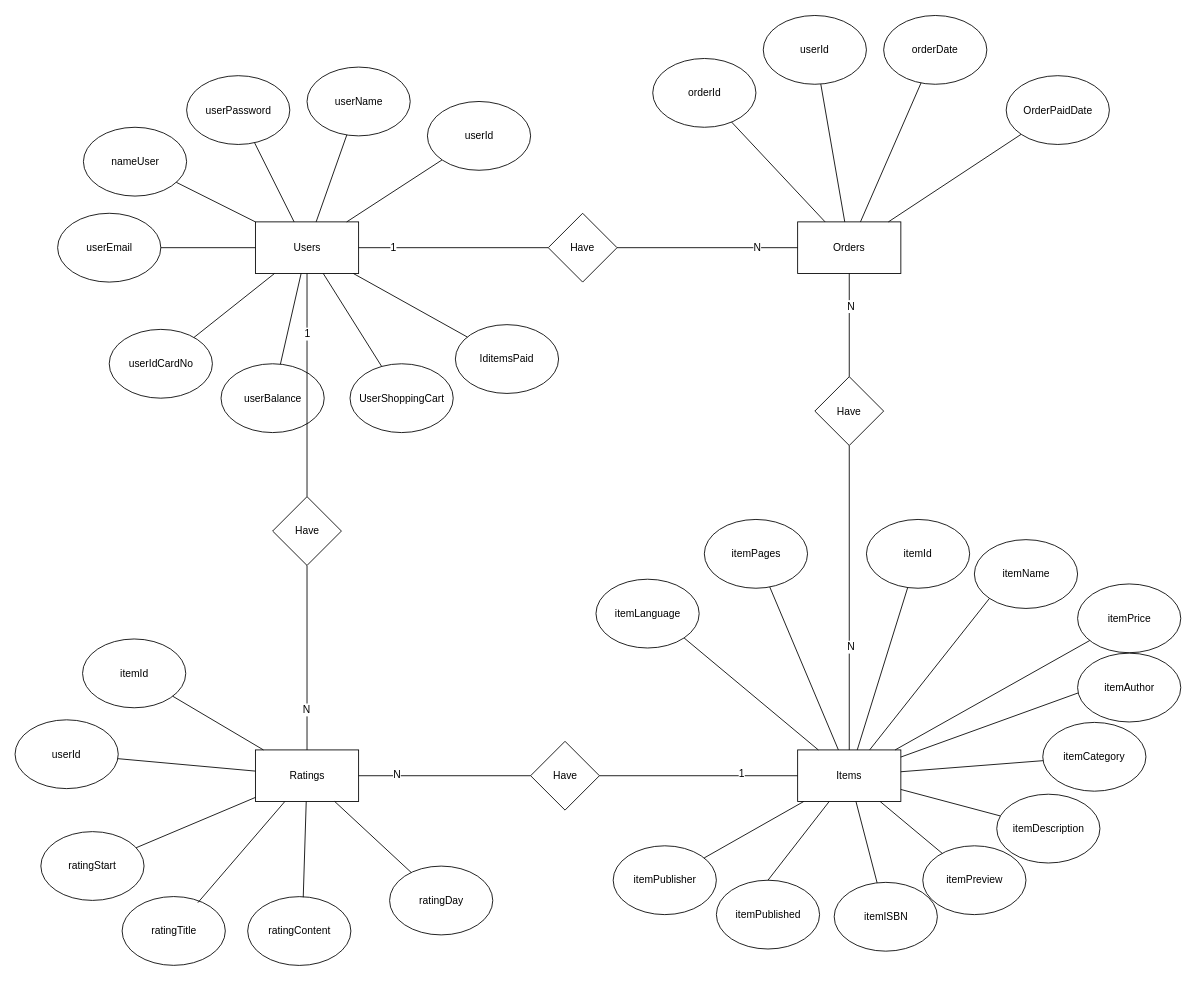
Earlier version of the draw.io diagram Documents/erd/erd.drawio (tung120320/E-Book-Order-G02). Source tidied: cells renumbered, new cells numbered last; positions are measured from the earlier drawing's top-left corner, leaving out a move shared by most shapes. Both pictures are drawn from the tidied source at 86%, with x=0, y=0 at pixel (15, 15).
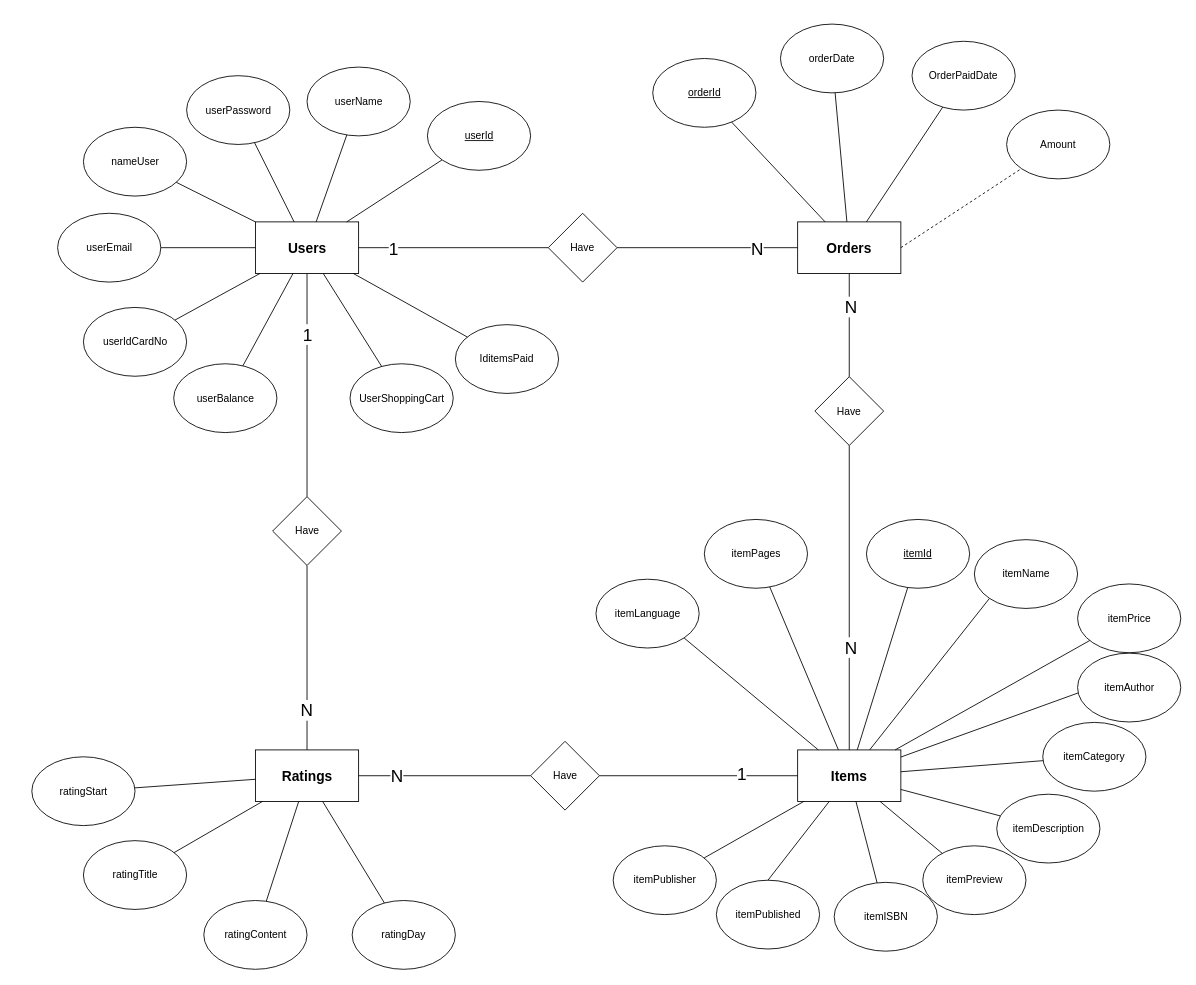
The same page after the edit.

Unchanged cells that the change refers to:
```xml
<mxCell id="22" style="endArrow=none;html=1;" parent="1" edge="1" source="24" target="13">
  <mxGeometry relative="1" as="geometry" />
</mxCell>
<mxCell id="25" style="endArrow=none;html=1;entryX=1;entryY=0.5;entryDx=0;entryDy=0;exitX=0;exitY=0.5;exitDx=0;exitDy=0;" parent="1" edge="1" source="18" target="24">
  <mxGeometry relative="1" as="geometry" />
</mxCell>
<mxCell id="45" style="endArrow=none;html=1;" parent="1" edge="1" source="44" target="18">
  <mxGeometry relative="1" as="geometry" />
</mxCell>
<mxCell id="47" style="endArrow=none;html=1;exitX=0.5;exitY=0;exitDx=0;exitDy=0;" parent="1" edge="1" source="2" target="44">
  <mxGeometry relative="1" as="geometry" />
</mxCell>
<mxCell id="73" style="endArrow=none;html=1;exitX=0;exitY=0.5;exitDx=0;exitDy=0;" parent="1" edge="1" source="75" target="62">
  <mxGeometry relative="1" as="geometry" />
</mxCell>
<mxCell id="78" style="endArrow=none;html=1;exitX=1;exitY=0.5;exitDx=0;exitDy=0;entryX=0;entryY=0.5;entryDx=0;entryDy=0;" parent="1" edge="1" source="75" target="2">
  <mxGeometry relative="1" as="geometry" />
</mxCell>
<mxCell id="83" style="endArrow=none;html=1;exitX=0.5;exitY=1;exitDx=0;exitDy=0;entryX=0.5;entryY=0;entryDx=0;entryDy=0;" parent="1" edge="1" source="85" target="62">
  <mxGeometry relative="1" as="geometry" />
</mxCell>
<mxCell id="86" style="endArrow=none;html=1;" parent="1" edge="1" source="85" target="13">
  <mxGeometry relative="1" as="geometry" />
</mxCell>
```

Change to the diagram source:
```diff
@@
-    <mxCell id="2" value="Items" style="rounded=0;whiteSpace=wrap;html=1;" parent="1" vertex="1">
+    <mxCell id="2" value="&lt;font style=&quot;font-size: 16px&quot;&gt;&lt;b&gt;Items&lt;/b&gt;&lt;/font&gt;" style="rounded=0;whiteSpace=wrap;html=1;" parent="1" vertex="1">
       <mxGeometry x="910" y="854.5" width="120" height="60" as="geometry" />
     </mxCell>
@@
-    <mxCell id="13" value="Users" style="rounded=0;whiteSpace=wrap;html=1;" parent="1" vertex="1">
+    <mxCell id="13" value="&lt;b&gt;&lt;font style=&quot;font-size: 16px&quot;&gt;Users&lt;/font&gt;&lt;/b&gt;" style="rounded=0;whiteSpace=wrap;html=1;" parent="1" vertex="1">
       <mxGeometry x="279.5" y="240.5" width="120" height="60" as="geometry" />
     </mxCell>
@@
-    <mxCell id="16" value="userId" style="ellipse;whiteSpace=wrap;html=1;" parent="1" vertex="1">
+    <mxCell id="16" value="&lt;u&gt;userId&lt;/u&gt;" style="ellipse;whiteSpace=wrap;html=1;" parent="1" vertex="1">
       <mxGeometry x="479.5" y="100.5" width="120" height="80" as="geometry" />
     </mxCell>
@@
-    <mxCell id="18" value="Orders" style="rounded=0;whiteSpace=wrap;html=1;" parent="1" vertex="1">
+    <mxCell id="18" value="&lt;font style=&quot;font-size: 16px&quot;&gt;&lt;b&gt;Orders&lt;/b&gt;&lt;/font&gt;" style="rounded=0;whiteSpace=wrap;html=1;" parent="1" vertex="1">
       <mxGeometry x="910" y="240.5" width="120" height="60" as="geometry" />
     </mxCell>
     <mxCell id="19" value="orderDate" style="ellipse;whiteSpace=wrap;html=1;" parent="1" vertex="1">
-      <mxGeometry x="1010" y="0.5" width="120" height="80" as="geometry" />
+      <mxGeometry x="890" y="10.5" width="120" height="80" as="geometry" />
     </mxCell>
-    <mxCell id="20" value="orderId" style="ellipse;whiteSpace=wrap;html=1;" parent="1" vertex="1">
+    <mxCell id="20" value="&lt;u&gt;orderId&lt;/u&gt;" style="ellipse;whiteSpace=wrap;html=1;" parent="1" vertex="1">
       <mxGeometry x="741.5" y="50.5" width="120" height="80" as="geometry" />
     </mxCell>
-    <mxCell id="21" value="itemId" style="ellipse;whiteSpace=wrap;html=1;" parent="1" vertex="1">
+    <mxCell id="21" value="&lt;u&gt;itemId&lt;/u&gt;" style="ellipse;whiteSpace=wrap;html=1;" parent="1" vertex="1">
       <mxGeometry x="990" y="586.5" width="120" height="80" as="geometry" />
     </mxCell>
@@
-    <mxCell id="23" value="1" style="text;html=1;align=center;verticalAlign=middle;labelBackgroundColor=#ffffff;" parent="22" vertex="1">
+    <mxCell id="23" value="&lt;font style=&quot;font-size: 20px&quot;&gt;1&lt;/font&gt;" style="text;html=1;align=center;verticalAlign=middle;labelBackgroundColor=#ffffff;" parent="22" vertex="1">
       <mxGeometry x="0.53" y="6" relative="1" as="geometry">
         <mxPoint x="-12" y="-6" as="offset" />
       </mxGeometry>
     </mxCell>
@@
-    <mxCell id="26" value="N" style="text;html=1;align=center;verticalAlign=middle;labelBackgroundColor=#ffffff;" parent="25" vertex="1">
+    <mxCell id="26" value="&lt;font style=&quot;font-size: 20px&quot;&gt;N&lt;/font&gt;" style="text;html=1;align=center;verticalAlign=middle;labelBackgroundColor=#ffffff;" parent="25" vertex="1">
       <mxGeometry x="-0.54" relative="1" as="geometry" />
     </mxCell>
@@
-    <mxCell id="46" value="N" style="text;html=1;align=center;verticalAlign=middle;labelBackgroundColor=#ffffff;" parent="45" vertex="1">
+    <mxCell id="46" value="&lt;font style=&quot;font-size: 20px&quot;&gt;N&lt;/font&gt;" style="text;html=1;align=center;verticalAlign=middle;labelBackgroundColor=#ffffff;" parent="45" vertex="1">
       <mxGeometry x="0.37" y="-1" relative="1" as="geometry" />
     </mxCell>
@@
-    <mxCell id="48" value="N" style="text;html=1;align=center;verticalAlign=middle;labelBackgroundColor=#ffffff;" parent="47" vertex="1">
+    <mxCell id="48" value="&lt;font style=&quot;font-size: 20px&quot;&gt;N&lt;/font&gt;" style="text;html=1;align=center;verticalAlign=middle;labelBackgroundColor=#ffffff;" parent="47" vertex="1">
       <mxGeometry x="-0.32" y="-1" relative="1" as="geometry" />
     </mxCell>
     <mxCell id="49" value="OrderPaidDate" style="ellipse;whiteSpace=wrap;html=1;" parent="1" vertex="1">
-      <mxGeometry x="1152.5" y="70.5" width="120" height="80" as="geometry" />
+      <mxGeometry x="1043" y="30.5" width="120" height="80" as="geometry" />
     </mxCell>
@@
     <mxCell id="56" value="userBalance" style="ellipse;whiteSpace=wrap;html=1;" parent="1" vertex="1">
-      <mxGeometry x="239.5" y="405.5" width="120" height="80" as="geometry" />
+      <mxGeometry x="184.5" y="405.5" width="120" height="80" as="geometry" />
     </mxCell>
@@
     <mxCell id="58" value="userIdCardNo" style="ellipse;whiteSpace=wrap;html=1;" parent="1" vertex="1">
-      <mxGeometry x="109.5" y="365.5" width="120" height="80" as="geometry" />
+      <mxGeometry x="79.5" y="340" width="120" height="80" as="geometry" />
     </mxCell>
@@
-    <mxCell id="60" value="userId" style="ellipse;whiteSpace=wrap;html=1;" parent="1" vertex="1">
-      <mxGeometry x="870" y="0.5" width="120" height="80" as="geometry" />
-    </mxCell>
-    <mxCell id="61" style="endArrow=none;html=1;" parent="1" edge="1" source="18" target="60">
-      <mxGeometry relative="1" as="geometry" />
-    </mxCell>
-    <mxCell id="62" value="Ratings" style="rounded=0;whiteSpace=wrap;html=1;" parent="1" vertex="1">
+    <mxCell id="62" value="&lt;font style=&quot;font-size: 16px&quot;&gt;&lt;b&gt;Ratings&lt;/b&gt;&lt;/font&gt;" style="rounded=0;whiteSpace=wrap;html=1;" parent="1" vertex="1">
       <mxGeometry x="279.5" y="854.5" width="120" height="60" as="geometry" />
     </mxCell>
     <mxCell id="63" value="ratingStart" style="ellipse;whiteSpace=wrap;html=1;" parent="1" vertex="1">
-      <mxGeometry x="30" y="949.5" width="120" height="80" as="geometry" />
+      <mxGeometry x="19.5" y="862.5" width="120" height="80" as="geometry" />
     </mxCell>
     <mxCell id="64" value="&lt;span&gt;ratingTitle&lt;/span&gt;" style="ellipse;whiteSpace=wrap;html=1;" parent="1" vertex="1">
-      <mxGeometry x="124.5" y="1025" width="120" height="80" as="geometry" />
+      <mxGeometry x="79.5" y="960" width="120" height="80" as="geometry" />
     </mxCell>
     <mxCell id="65" value="ratingContent" style="ellipse;whiteSpace=wrap;html=1;" parent="1" vertex="1">
-      <mxGeometry x="270.5" y="1025.1" width="120" height="80" as="geometry" />
+      <mxGeometry x="219.5" y="1029.6" width="120" height="80" as="geometry" />
     </mxCell>
-    <mxCell id="66" value="itemId" style="ellipse;whiteSpace=wrap;html=1;" parent="1" vertex="1">
-      <mxGeometry x="78.5" y="725.5" width="120" height="80" as="geometry" />
-    </mxCell>
-    <mxCell id="67" value="userId" style="ellipse;whiteSpace=wrap;html=1;" parent="1" vertex="1">
-      <mxGeometry y="819.5" width="120" height="80" as="geometry" />
-    </mxCell>
-    <mxCell id="68" style="endArrow=none;html=1;" parent="1" edge="1" target="62">
-      <mxGeometry relative="1" as="geometry">
-        <mxPoint x="212.6" y="1032.1" as="sourcePoint" />
-      </mxGeometry>
+    <mxCell id="68" style="endArrow=none;html=1;" parent="1" edge="1" source="64" target="62">
+      <mxGeometry relative="1" as="geometry" />
     </mxCell>
-    <mxCell id="69" style="endArrow=none;html=1;" parent="1" edge="1" source="67" target="62">
-      <mxGeometry relative="1" as="geometry" />
-    </mxCell>
-    <mxCell id="70" style="endArrow=none;html=1;" parent="1" edge="1" target="62">
-      <mxGeometry relative="1" as="geometry">
-        <mxPoint x="335.1" y="1025.8" as="sourcePoint" />
-      </mxGeometry>
+    <mxCell id="70" style="endArrow=none;html=1;" parent="1" edge="1" source="65" target="62">
+      <mxGeometry relative="1" as="geometry" />
     </mxCell>
@@
-    <mxCell id="72" style="endArrow=none;html=1;" parent="1" edge="1" source="62" target="66">
-      <mxGeometry relative="1" as="geometry" />
-    </mxCell>
@@
-    <mxCell id="74" value="N" style="text;html=1;align=center;verticalAlign=middle;labelBackgroundColor=#ffffff;" parent="73" vertex="1">
+    <mxCell id="74" value="&lt;font style=&quot;font-size: 20px&quot;&gt;N&lt;/font&gt;" style="text;html=1;align=center;verticalAlign=middle;labelBackgroundColor=#ffffff;" parent="73" vertex="1">
       <mxGeometry x="0.56" y="-1" relative="1" as="geometry" />
     </mxCell>
@@
     <mxCell id="76" value="ratingDay" style="ellipse;whiteSpace=wrap;html=1;" parent="1" vertex="1">
-      <mxGeometry x="435.5" y="989.6" width="120" height="80" as="geometry" />
+      <mxGeometry x="392" y="1029.6" width="120" height="80" as="geometry" />
     </mxCell>
@@
-    <mxCell id="79" value="1" style="text;html=1;align=center;verticalAlign=middle;labelBackgroundColor=#ffffff;" parent="78" vertex="1">
+    <mxCell id="79" value="&lt;font style=&quot;font-size: 20px&quot;&gt;1&lt;/font&gt;" style="text;html=1;align=center;verticalAlign=middle;labelBackgroundColor=#ffffff;" parent="78" vertex="1">
       <mxGeometry x="0.43" y="3" relative="1" as="geometry" />
     </mxCell>
@@
-    <mxCell id="84" value="N" style="text;html=1;align=center;verticalAlign=middle;labelBackgroundColor=#ffffff;" parent="83" vertex="1">
+    <mxCell id="84" value="&lt;font style=&quot;font-size: 20px&quot;&gt;N&lt;/font&gt;" style="text;html=1;align=center;verticalAlign=middle;labelBackgroundColor=#ffffff;" parent="83" vertex="1">
       <mxGeometry x="0.56" y="-1" relative="1" as="geometry" />
     </mxCell>
@@
-    <mxCell id="87" value="1" style="text;html=1;align=center;verticalAlign=middle;labelBackgroundColor=#ffffff;" parent="86" vertex="1">
+    <mxCell id="87" value="&lt;font style=&quot;font-size: 20px&quot;&gt;1&lt;/font&gt;" style="text;html=1;align=center;verticalAlign=middle;labelBackgroundColor=#ffffff;" parent="86" vertex="1">
       <mxGeometry x="0.43" y="3" relative="1" as="geometry">
         <mxPoint x="3" y="-4" as="offset" />
       </mxGeometry>
     </mxCell>
+    <mxCell id="88" value="Amount" style="ellipse;whiteSpace=wrap;html=1;" parent="1" vertex="1">
+      <mxGeometry x="1153" y="110.5" width="120" height="80" as="geometry" />
+    </mxCell>
+    <mxCell id="89" style="endArrow=none;html=1;exitX=1;exitY=0.5;exitDx=0;exitDy=0;dashed=1;" parent="1" edge="1" source="18" target="88">
+      <mxGeometry relative="1" as="geometry" />
+    </mxCell>
```
